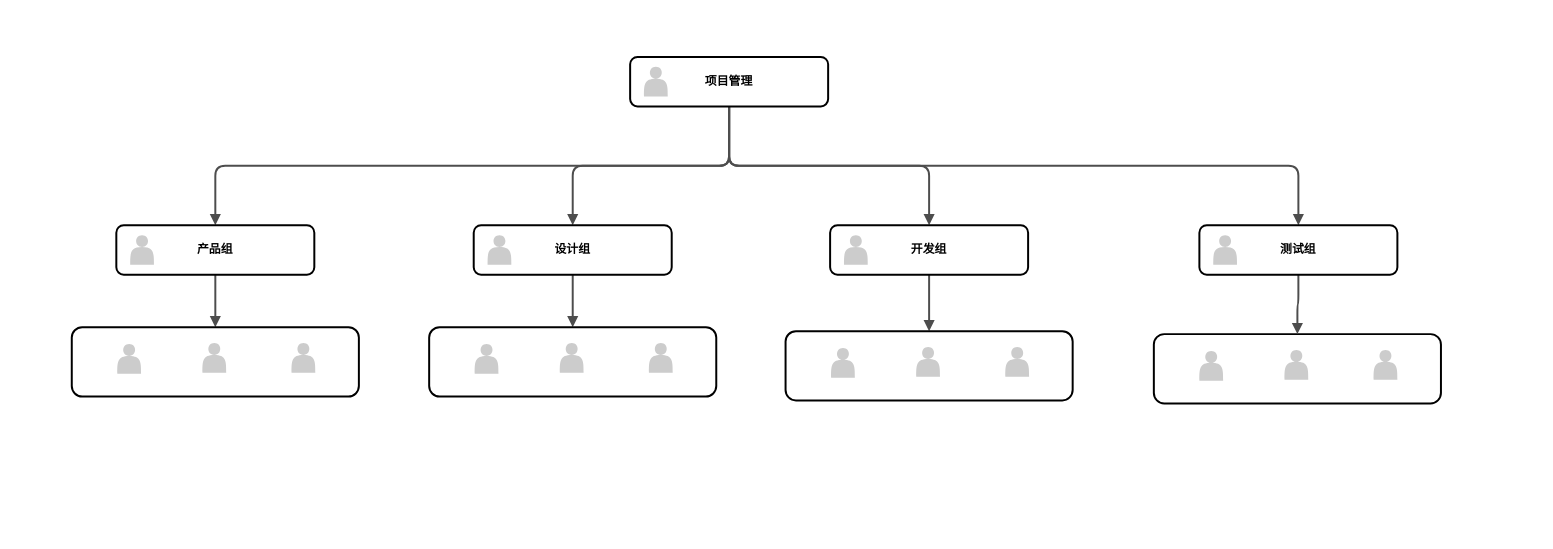
Earlier version of the draw.io diagram personnelStructure.drawio (Fuku-L/draw-io-repo). Source tidied: cells renumbered, new cells numbered last; positions are measured from the earlier drawing's top-left corner, leaving out a move shared by most shapes. Both pictures are drawn from the tidied source at 99%, with x=0, y=0 at pixel (71, 56).
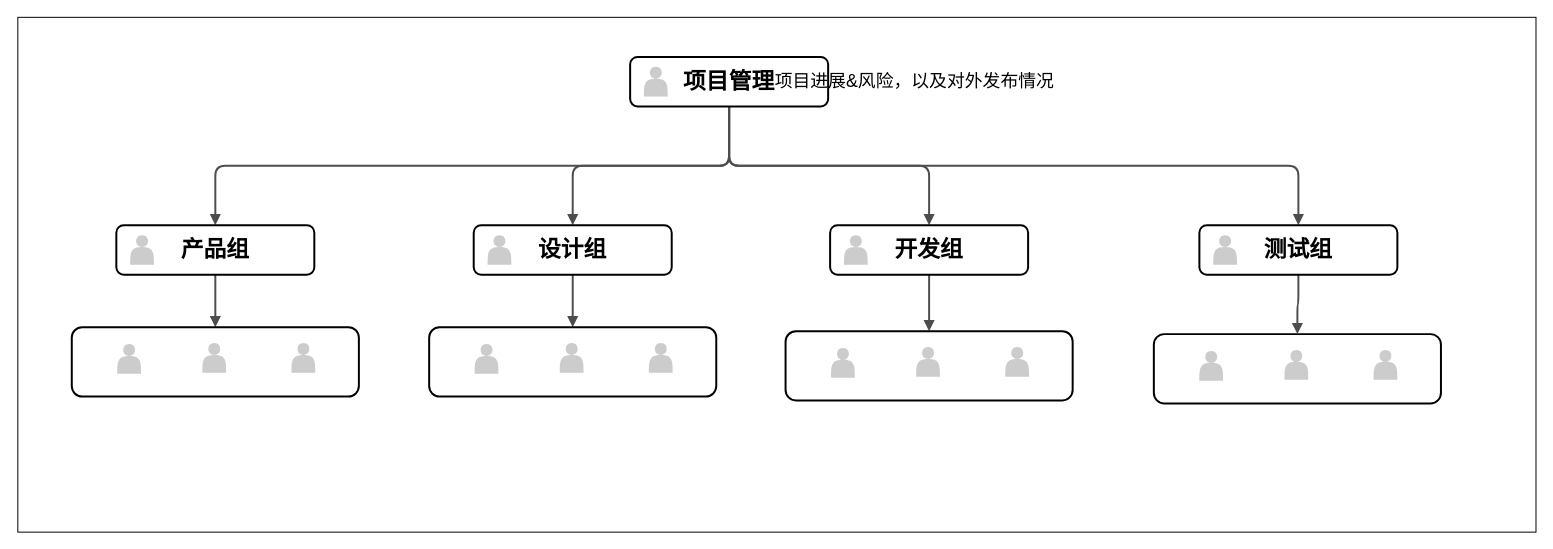
The same page after the edit.

Diff of the diagram source:
```diff
@@
+    <mxCell id="36" style="rounded=0;whiteSpace=wrap;html=1;" parent="1" vertex="1">
+      <mxGeometry x="-54.5" y="-40" width="1533.5" height="520" as="geometry" />
+    </mxCell>
@@
-    <mxCell id="8" value="产品组" style="whiteSpace=wrap;html=1;rounded=1;shadow=0;comic=0;strokeWidth=2;fontFamily=Verdana;align=center;fontSize=12;fontStyle=1;" parent="1" vertex="1">
+    <mxCell id="8" value="产品组" style="whiteSpace=wrap;html=1;rounded=1;shadow=0;comic=0;strokeWidth=2;fontFamily=Verdana;align=center;fontSize=23;fontStyle=1;" parent="1" vertex="1">
       <mxGeometry x="45" y="170" width="200" height="50" as="geometry" />
     </mxCell>
@@
-    <mxCell id="10" value="设计组" style="whiteSpace=wrap;html=1;rounded=1;shadow=0;comic=0;strokeWidth=2;fontFamily=Verdana;align=center;fontSize=12;fontStyle=1;" parent="1" vertex="1">
+    <mxCell id="10" value="设计组" style="whiteSpace=wrap;html=1;rounded=1;shadow=0;comic=0;strokeWidth=2;fontFamily=Verdana;align=center;fontSize=23;fontStyle=1;" parent="1" vertex="1">
       <mxGeometry x="406" y="170" width="200" height="50" as="geometry" />
     </mxCell>
@@
-    <mxCell id="13" value="项目管理" style="whiteSpace=wrap;html=1;rounded=1;shadow=0;comic=0;strokeWidth=2;fontFamily=Verdana;align=center;fontSize=12;fontStyle=1;" parent="1" vertex="1">
+    <mxCell id="13" value="项目管理" style="whiteSpace=wrap;html=1;rounded=1;shadow=0;comic=0;strokeWidth=2;fontFamily=Verdana;align=center;fontSize=23;fontStyle=1;" parent="1" vertex="1">
       <mxGeometry x="564" width="200" height="50" as="geometry" />
     </mxCell>
@@
-    <mxCell id="15" value="开发组" style="whiteSpace=wrap;html=1;rounded=1;shadow=0;comic=0;strokeWidth=2;fontFamily=Verdana;align=center;fontSize=12;fontStyle=1;" parent="1" vertex="1">
+    <mxCell id="15" value="开发组" style="whiteSpace=wrap;html=1;rounded=1;shadow=0;comic=0;strokeWidth=2;fontFamily=Verdana;align=center;fontSize=23;fontStyle=1;" parent="1" vertex="1">
       <mxGeometry x="766" y="170" width="200" height="50" as="geometry" />
     </mxCell>
@@
-    <mxCell id="22" value="测试组" style="whiteSpace=wrap;html=1;rounded=1;shadow=0;comic=0;strokeWidth=2;fontFamily=Verdana;align=center;fontSize=12;fontStyle=1;" parent="1" vertex="1">
+    <mxCell id="22" value="测试组" style="whiteSpace=wrap;html=1;rounded=1;shadow=0;comic=0;strokeWidth=2;fontFamily=Verdana;align=center;fontSize=23;fontStyle=1;" parent="1" vertex="1">
       <mxGeometry x="1139" y="170" width="200" height="50" as="geometry" />
     </mxCell>
@@
+    <mxCell id="37" value="项目进展&amp;amp;风险，以及对外发布情况" style="text;html=1;strokeColor=none;fillColor=none;align=center;verticalAlign=middle;whiteSpace=wrap;rounded=0;fontSize=18;" parent="1" vertex="1">
+      <mxGeometry x="669" y="10" width="365" height="30" as="geometry" />
+    </mxCell>
```
